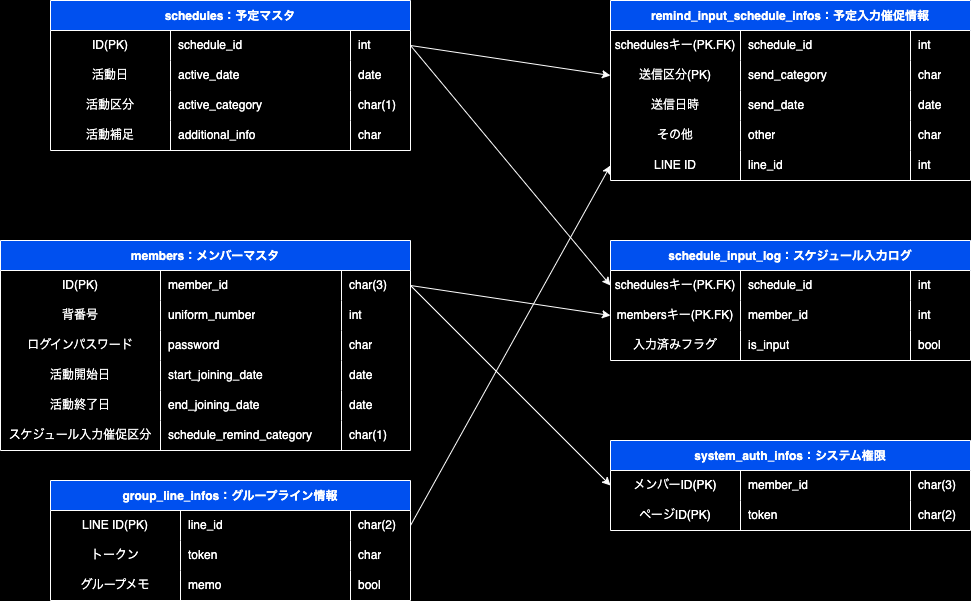
Earlier version of the draw.io export 03_テーブル/ER_figure.drawio.png (ShigaFreedom/document_freedom_system). Source tidied: cells renumbered, new cells last; positions are measured from the earlier drawing's top-left corner, leaving out a move shared by most shapes.
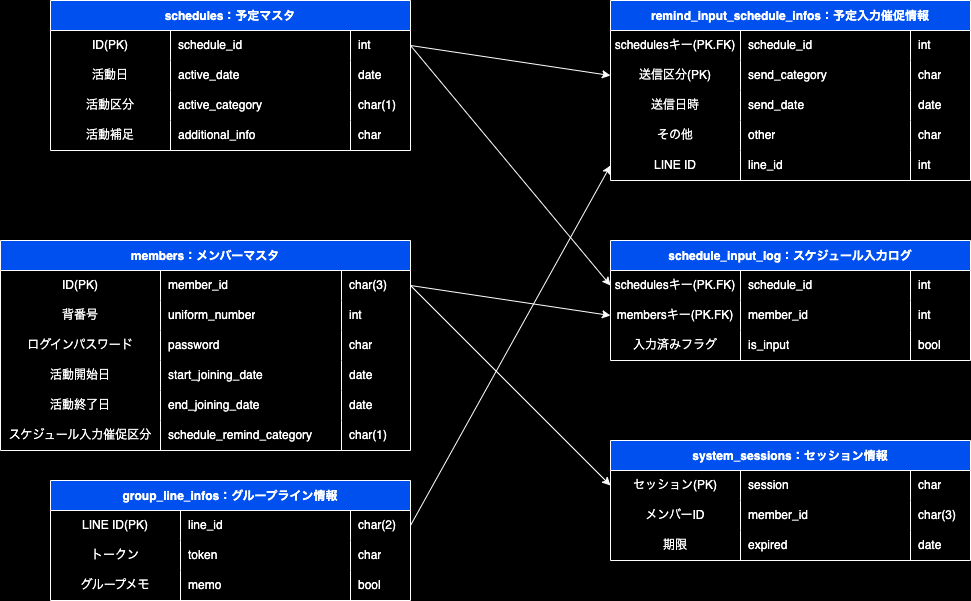
Above is the later version.

Diff of the diagram source:
```diff
@@ -283,33 +283,45 @@
     <mxCell id="94" style="endArrow=classic;html=1;fontColor=#FFFFFF;strokeColor=#FFFFFF;exitX=1;exitY=0.5;exitDx=0;exitDy=0;entryX=0;entryY=0.5;entryDx=0;entryDy=0;" parent="1" edge="1" source="82" target="36">
       <mxGeometry relative="1" as="geometry" />
     </mxCell>
-    <mxCell id="95" value="system_auth_infos：システム権限" style="shape=table;startSize=30;rowLines=0;fontStyle=1;fillColor=#0050ef;fontColor=#FFFFFF;strokeColor=#FFFFFF;" parent="1" vertex="1">
-      <mxGeometry x="610" y="440" width="360" height="90" as="geometry" />
+    <mxCell id="95" value="system_sessions：セッション情報" style="shape=table;startSize=30;rowLines=0;fontStyle=1;fillColor=#0050ef;fontColor=#FFFFFF;strokeColor=#FFFFFF;" parent="1" vertex="1">
+      <mxGeometry x="610" y="440" width="360" height="120" as="geometry" />
     </mxCell>
     <mxCell id="96" style="shape=tableRow;horizontal=0;startSize=0;swimlaneHead=0;swimlaneBody=0;top=0;left=0;bottom=0;right=0;fillColor=none;points=[[0,0.5],[1,0.5]];portConstraint=eastwest;" parent="95" vertex="1">
       <mxGeometry y="30" width="360" height="30" as="geometry" />
     </mxCell>
-    <mxCell id="97" value="メンバーID(PK)" style="shape=partialRectangle;html=1;whiteSpace=wrap;fillColor=none;top=0;left=0;bottom=0;right=0;overflow=hidden;fontColor=#FFFFFF;" parent="96" vertex="1">
+    <mxCell id="97" value="セッション(PK)" style="shape=partialRectangle;html=1;whiteSpace=wrap;fillColor=none;top=0;left=0;bottom=0;right=0;overflow=hidden;fontColor=#FFFFFF;" parent="96" vertex="1">
       <mxGeometry width="130" height="30" as="geometry" />
     </mxCell>
-    <mxCell id="98" value="member_id" style="shape=partialRectangle;html=1;whiteSpace=wrap;fillColor=none;top=0;left=0;bottom=0;right=0;align=left;spacingLeft=6;overflow=hidden;fontColor=#FFFFFF;" parent="96" vertex="1">
+    <mxCell id="98" value="session" style="shape=partialRectangle;html=1;whiteSpace=wrap;fillColor=none;top=0;left=0;bottom=0;right=0;align=left;spacingLeft=6;overflow=hidden;fontColor=#FFFFFF;" parent="96" vertex="1">
       <mxGeometry x="130" width="170" height="30" as="geometry" />
     </mxCell>
-    <mxCell id="99" value="char(3)" style="shape=partialRectangle;html=1;whiteSpace=wrap;fillColor=none;top=0;left=0;bottom=0;right=0;align=left;spacingLeft=6;overflow=hidden;fontColor=#FFFFFF;" parent="96" vertex="1">
+    <mxCell id="99" value="char" style="shape=partialRectangle;html=1;whiteSpace=wrap;fillColor=none;top=0;left=0;bottom=0;right=0;align=left;spacingLeft=6;overflow=hidden;fontColor=#FFFFFF;" parent="96" vertex="1">
       <mxGeometry x="300" width="60" height="30" as="geometry" />
     </mxCell>
     <mxCell id="100" style="shape=tableRow;horizontal=0;startSize=0;swimlaneHead=0;swimlaneBody=0;top=0;left=0;bottom=0;right=0;fillColor=none;" parent="95" vertex="1">
       <mxGeometry y="60" width="360" height="30" as="geometry" />
     </mxCell>
-    <mxCell id="101" value="ページID(PK)" style="shape=partialRectangle;html=1;whiteSpace=wrap;fillColor=none;top=0;left=0;bottom=0;right=0;overflow=hidden;fontColor=#FFFFFF;" parent="100" vertex="1">
+    <mxCell id="101" value="メンバーID" style="shape=partialRectangle;html=1;whiteSpace=wrap;fillColor=none;top=0;left=0;bottom=0;right=0;overflow=hidden;fontColor=#FFFFFF;" parent="100" vertex="1">
       <mxGeometry width="130" height="30" as="geometry" />
     </mxCell>
-    <mxCell id="102" value="token" style="shape=partialRectangle;html=1;whiteSpace=wrap;fillColor=none;top=0;left=0;bottom=0;right=0;align=left;spacingLeft=6;overflow=hidden;fontColor=#FFFFFF;" parent="100" vertex="1">
+    <mxCell id="102" value="member_id" style="shape=partialRectangle;html=1;whiteSpace=wrap;fillColor=none;top=0;left=0;bottom=0;right=0;align=left;spacingLeft=6;overflow=hidden;fontColor=#FFFFFF;" parent="100" vertex="1">
       <mxGeometry x="130" width="170" height="30" as="geometry" />
     </mxCell>
-    <mxCell id="103" value="char(2)" style="shape=partialRectangle;html=1;whiteSpace=wrap;fillColor=none;top=0;left=0;bottom=0;right=0;align=left;spacingLeft=6;overflow=hidden;fontColor=#FFFFFF;" parent="100" vertex="1">
+    <mxCell id="103" value="char(3)" style="shape=partialRectangle;html=1;whiteSpace=wrap;fillColor=none;top=0;left=0;bottom=0;right=0;align=left;spacingLeft=6;overflow=hidden;fontColor=#FFFFFF;" parent="100" vertex="1">
       <mxGeometry x="300" width="60" height="30" as="geometry" />
     </mxCell>
+    <mxCell id="105" style="shape=tableRow;horizontal=0;startSize=0;swimlaneHead=0;swimlaneBody=0;top=0;left=0;bottom=0;right=0;fillColor=none;" parent="95" vertex="1">
+      <mxGeometry y="90" width="360" height="30" as="geometry" />
+    </mxCell>
+    <mxCell id="106" value="期限" style="shape=partialRectangle;html=1;whiteSpace=wrap;fillColor=none;top=0;left=0;bottom=0;right=0;overflow=hidden;fontColor=#FFFFFF;" parent="105" vertex="1">
+      <mxGeometry width="130" height="30" as="geometry" />
+    </mxCell>
+    <mxCell id="107" value="expired" style="shape=partialRectangle;html=1;whiteSpace=wrap;fillColor=none;top=0;left=0;bottom=0;right=0;align=left;spacingLeft=6;overflow=hidden;fontColor=#FFFFFF;" parent="105" vertex="1">
+      <mxGeometry x="130" width="170" height="30" as="geometry" />
+    </mxCell>
+    <mxCell id="108" value="date" style="shape=partialRectangle;html=1;whiteSpace=wrap;fillColor=none;top=0;left=0;bottom=0;right=0;align=left;spacingLeft=6;overflow=hidden;fontColor=#FFFFFF;" parent="105" vertex="1">
+      <mxGeometry x="300" width="60" height="30" as="geometry" />
+    </mxCell>
     <mxCell id="104" style="endArrow=classic;html=1;fontColor=#FFFFFF;strokeColor=#FFFFFF;exitX=1;exitY=0.5;exitDx=0;exitDy=0;entryX=0;entryY=0.5;entryDx=0;entryDy=0;" parent="1" edge="1" source="41" target="96">
       <mxGeometry relative="1" as="geometry" />
     </mxCell>
```
